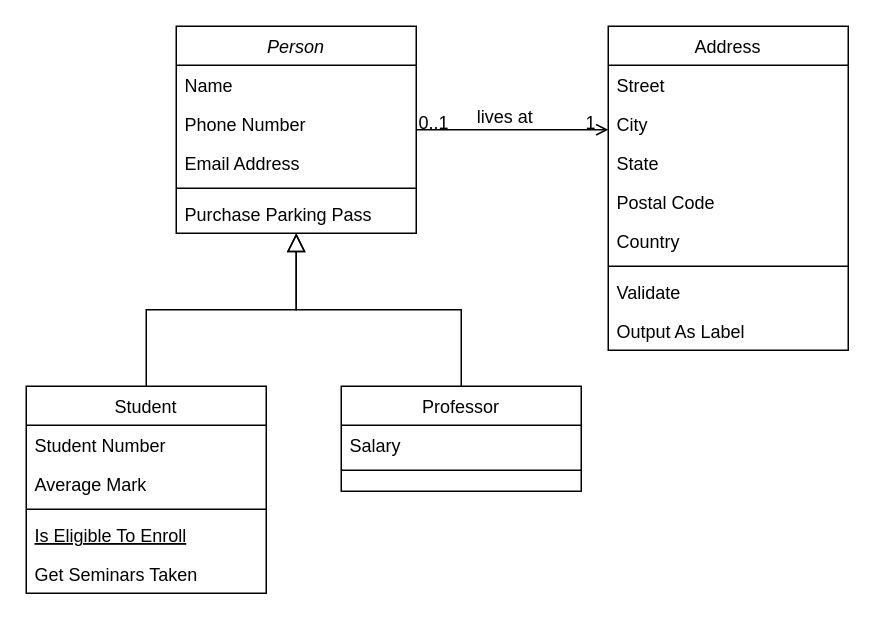
Before: Assets/plant disease.drawio in AvipsaMukhopadhyay/cropdiseasedetect-prev, a draw.io diagram. Source tidied: cells renumbered, new cells numbered last; positions are measured from the earlier drawing's top-left corner, leaving out a move shared by most shapes. Both pictures are drawn from the tidied source at 150%, with x=0, y=0 at pixel (26, 26).
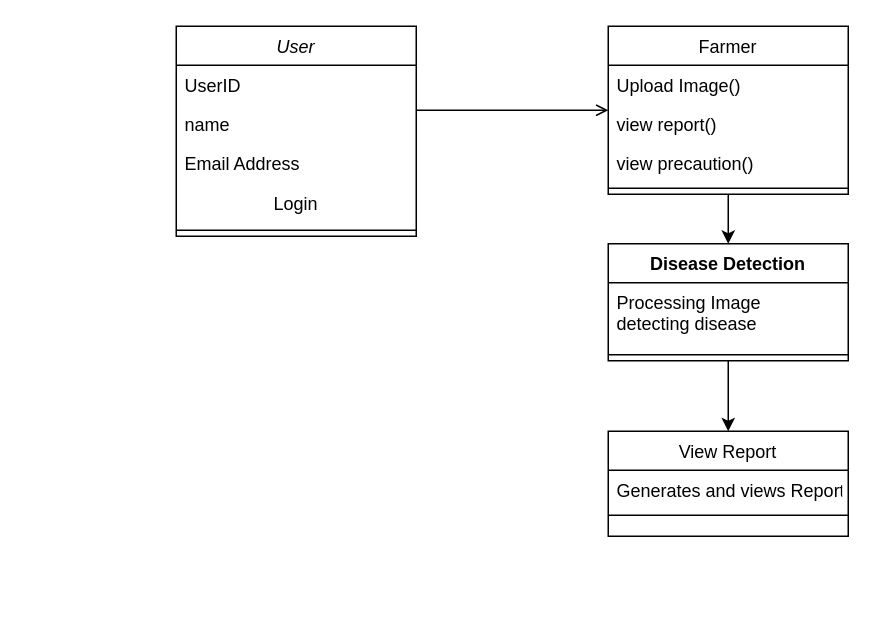
The same page after the edit.

Unchanged cells that the change refers to:
```xml
<mxCell id="28" style="endArrow=open;shadow=0;strokeWidth=1;rounded=0;curved=0;endFill=1;edgeStyle=elbowEdgeStyle;elbow=vertical;" parent="1" edge="1" source="2" target="19">
  <mxGeometry x="0.5" y="41" relative="1" as="geometry">
    <mxPoint x="-40" y="32" as="offset" />
  </mxGeometry>
</mxCell>
```

What changed in the source:
```diff
@@
-    <mxCell id="2" value="Person" style="swimlane;fontStyle=2;align=center;verticalAlign=top;horizontal=1;startSize=26;rounded=0;shadow=0;strokeWidth=1;" parent="1" vertex="1">
-      <mxGeometry x="100" width="160" height="138" as="geometry" />
+    <mxCell id="2" value="User" style="swimlane;fontStyle=2;align=center;verticalAlign=top;horizontal=1;startSize=26;rounded=0;shadow=0;strokeWidth=1;" parent="1" vertex="1">
+      <mxGeometry x="100" width="160" height="140" as="geometry" />
     </mxCell>
-    <mxCell id="3" value="Name" style="text;align=left;verticalAlign=top;spacingLeft=4;spacingRight=4;overflow=hidden;" parent="2" vertex="1">
+    <mxCell id="3" value="UserID" style="text;align=left;verticalAlign=top;spacingLeft=4;spacingRight=4;overflow=hidden;" parent="2" vertex="1">
       <mxGeometry y="26" width="160" height="26" as="geometry" />
     </mxCell>
-    <mxCell id="4" value="Phone Number" style="text;align=left;verticalAlign=top;spacingLeft=4;spacingRight=4;overflow=hidden;rounded=0;shadow=0;html=0;" parent="2" vertex="1">
+    <mxCell id="4" value="name" style="text;align=left;verticalAlign=top;spacingLeft=4;spacingRight=4;overflow=hidden;rounded=0;shadow=0;html=0;" parent="2" vertex="1">
       <mxGeometry y="52" width="160" height="26" as="geometry" />
     </mxCell>
@@
-    <mxCell id="6" style="line;html=1;strokeWidth=1;align=left;verticalAlign=middle;spacingTop=-1;spacingLeft=3;spacingRight=3;labelPosition=right;" parent="2" vertex="1">
-      <mxGeometry y="104" width="160" height="8" as="geometry" />
-    </mxCell>
-    <mxCell id="7" value="Purchase Parking Pass" style="text;align=left;verticalAlign=top;spacingLeft=4;spacingRight=4;overflow=hidden;" parent="2" vertex="1">
-      <mxGeometry y="112" width="160" height="26" as="geometry" />
-    </mxCell>
-    <mxCell id="8" value="Student" style="swimlane;fontStyle=0;align=center;verticalAlign=top;horizontal=1;startSize=26;rounded=0;shadow=0;strokeWidth=1;" parent="1" vertex="1">
-      <mxGeometry y="240" width="160" height="138" as="geometry" />
-    </mxCell>
-    <mxCell id="9" value="Student Number" style="text;align=left;verticalAlign=top;spacingLeft=4;spacingRight=4;overflow=hidden;" parent="8" vertex="1">
-      <mxGeometry y="26" width="160" height="26" as="geometry" />
-    </mxCell>
-    <mxCell id="10" value="Average Mark" style="text;align=left;verticalAlign=top;spacingLeft=4;spacingRight=4;overflow=hidden;rounded=0;shadow=0;html=0;" parent="8" vertex="1">
-      <mxGeometry y="52" width="160" height="26" as="geometry" />
-    </mxCell>
-    <mxCell id="11" style="line;html=1;strokeWidth=1;align=left;verticalAlign=middle;spacingTop=-1;spacingLeft=3;spacingRight=3;labelPosition=right;" parent="8" vertex="1">
-      <mxGeometry y="78" width="160" height="8" as="geometry" />
-    </mxCell>
-    <mxCell id="12" value="Is Eligible To Enroll" style="text;align=left;verticalAlign=top;spacingLeft=4;spacingRight=4;overflow=hidden;fontStyle=4;" parent="8" vertex="1">
-      <mxGeometry y="86" width="160" height="26" as="geometry" />
-    </mxCell>
-    <mxCell id="13" value="Get Seminars Taken" style="text;align=left;verticalAlign=top;spacingLeft=4;spacingRight=4;overflow=hidden;" parent="8" vertex="1">
-      <mxGeometry y="112" width="160" height="26" as="geometry" />
-    </mxCell>
-    <mxCell id="14" style="endArrow=block;endSize=10;endFill=0;shadow=0;strokeWidth=1;rounded=0;curved=0;edgeStyle=elbowEdgeStyle;elbow=vertical;" parent="1" edge="1" source="8" target="2">
-      <mxGeometry relative="1" as="geometry" />
-    </mxCell>
+    <mxCell id="32" value="Login" style="text;strokeColor=none;align=center;fillColor=none;html=1;verticalAlign=middle;whiteSpace=wrap;rounded=0;" parent="2" vertex="1">
+      <mxGeometry y="104" width="160" height="30" as="geometry" />
+    </mxCell>
-    <mxCell id="15" value="Professor" style="swimlane;fontStyle=0;align=center;verticalAlign=top;horizontal=1;startSize=26;rounded=0;shadow=0;strokeWidth=1;" parent="1" vertex="1">
-      <mxGeometry x="210" y="240" width="160" height="70" as="geometry" />
+    <mxCell id="15" value="View Report" style="swimlane;fontStyle=0;align=center;verticalAlign=top;horizontal=1;startSize=26;rounded=0;shadow=0;strokeWidth=1;" parent="1" vertex="1">
+      <mxGeometry x="388" y="270" width="160" height="70" as="geometry" />
     </mxCell>
-    <mxCell id="16" value="Salary" style="text;align=left;verticalAlign=top;spacingLeft=4;spacingRight=4;overflow=hidden;" parent="15" vertex="1">
+    <mxCell id="16" value="Generates and views Report" style="text;align=left;verticalAlign=top;spacingLeft=4;spacingRight=4;overflow=hidden;" parent="15" vertex="1">
       <mxGeometry y="26" width="160" height="26" as="geometry" />
     </mxCell>
@@
-    <mxCell id="18" style="endArrow=block;endSize=10;endFill=0;shadow=0;strokeWidth=1;rounded=0;curved=0;edgeStyle=elbowEdgeStyle;elbow=vertical;" parent="1" edge="1" source="15" target="2">
-      <mxGeometry relative="1" as="geometry" />
-    </mxCell>
+    <mxCell id="33" style="edgeStyle=orthogonalEdgeStyle;rounded=0;jettySize=auto;html=1;exitX=0.5;exitY=1;exitDx=0;exitDy=0;" parent="1" edge="1" source="19" target="35">
+      <mxGeometry relative="1" as="geometry" />
+    </mxCell>
-    <mxCell id="19" value="Address" style="swimlane;fontStyle=0;align=center;verticalAlign=top;horizontal=1;startSize=26;rounded=0;shadow=0;strokeWidth=1;" parent="1" vertex="1">
-      <mxGeometry x="388" width="160" height="216" as="geometry" />
+    <mxCell id="19" value="Farmer" style="swimlane;fontStyle=0;align=center;verticalAlign=top;horizontal=1;startSize=26;rounded=0;shadow=0;strokeWidth=1;" parent="1" vertex="1">
+      <mxGeometry x="388" width="160" height="112" as="geometry" />
     </mxCell>
-    <mxCell id="20" value="Street" style="text;align=left;verticalAlign=top;spacingLeft=4;spacingRight=4;overflow=hidden;" parent="19" vertex="1">
+    <mxCell id="20" value="Upload Image()" style="text;align=left;verticalAlign=top;spacingLeft=4;spacingRight=4;overflow=hidden;" parent="19" vertex="1">
       <mxGeometry y="26" width="160" height="26" as="geometry" />
     </mxCell>
-    <mxCell id="21" value="City" style="text;align=left;verticalAlign=top;spacingLeft=4;spacingRight=4;overflow=hidden;rounded=0;shadow=0;html=0;" parent="19" vertex="1">
+    <mxCell id="21" value="view report()" style="text;align=left;verticalAlign=top;spacingLeft=4;spacingRight=4;overflow=hidden;rounded=0;shadow=0;html=0;" parent="19" vertex="1">
       <mxGeometry y="52" width="160" height="26" as="geometry" />
     </mxCell>
-    <mxCell id="22" value="State" style="text;align=left;verticalAlign=top;spacingLeft=4;spacingRight=4;overflow=hidden;rounded=0;shadow=0;html=0;" parent="19" vertex="1">
+    <mxCell id="22" value="view precaution()" style="text;align=left;verticalAlign=top;spacingLeft=4;spacingRight=4;overflow=hidden;rounded=0;shadow=0;html=0;" parent="19" vertex="1">
       <mxGeometry y="78" width="160" height="26" as="geometry" />
     </mxCell>
-    <mxCell id="23" value="Postal Code" style="text;align=left;verticalAlign=top;spacingLeft=4;spacingRight=4;overflow=hidden;rounded=0;shadow=0;html=0;" parent="19" vertex="1">
-      <mxGeometry y="104" width="160" height="26" as="geometry" />
-    </mxCell>
-    <mxCell id="24" value="Country" style="text;align=left;verticalAlign=top;spacingLeft=4;spacingRight=4;overflow=hidden;rounded=0;shadow=0;html=0;" parent="19" vertex="1">
-      <mxGeometry y="130" width="160" height="26" as="geometry" />
-    </mxCell>
     <mxCell id="25" style="line;html=1;strokeWidth=1;align=left;verticalAlign=middle;spacingTop=-1;spacingLeft=3;spacingRight=3;labelPosition=right;" parent="19" vertex="1">
-      <mxGeometry y="156" width="160" height="8" as="geometry" />
+      <mxGeometry y="104" width="160" height="8" as="geometry" />
     </mxCell>
-    <mxCell id="26" value="Validate" style="text;align=left;verticalAlign=top;spacingLeft=4;spacingRight=4;overflow=hidden;" parent="19" vertex="1">
-      <mxGeometry y="164" width="160" height="26" as="geometry" />
-    </mxCell>
-    <mxCell id="27" value="Output As Label" style="text;align=left;verticalAlign=top;spacingLeft=4;spacingRight=4;overflow=hidden;" parent="19" vertex="1">
-      <mxGeometry y="190" width="160" height="26" as="geometry" />
-    </mxCell>
@@
-    <mxCell id="29" value="0..1" style="align=left;verticalAlign=bottom;labelBackgroundColor=none;fontSize=12;" parent="28" vertex="1">
-      <mxGeometry x="-1" relative="1" as="geometry">
-        <mxPoint y="4" as="offset" />
-      </mxGeometry>
-    </mxCell>
-    <mxCell id="30" value="1" style="align=right;verticalAlign=bottom;labelBackgroundColor=none;fontSize=12;" parent="28" vertex="1">
-      <mxGeometry x="1" relative="1" as="geometry">
-        <mxPoint x="-7" y="4" as="offset" />
-      </mxGeometry>
-    </mxCell>
-    <mxCell id="31" value="lives at" style="text;html=1;align=center;verticalAlign=middle;labelBackgroundColor=none;rounded=0;shadow=0;strokeWidth=1;fontSize=12;" parent="28" vertex="1">
-      <mxGeometry x="0.5" y="49" relative="1" as="geometry">
-        <mxPoint x="-38" y="40" as="offset" />
-      </mxGeometry>
-    </mxCell>
+    <mxCell id="6" style="line;html=1;strokeWidth=1;align=left;verticalAlign=middle;spacingTop=-1;spacingLeft=3;spacingRight=3;labelPosition=right;" parent="1" vertex="1">
+      <mxGeometry x="100" y="132" width="160" height="8" as="geometry" />
+    </mxCell>
+    <mxCell id="34" style="edgeStyle=orthogonalEdgeStyle;rounded=0;jettySize=auto;html=1;exitX=0.5;exitY=1;exitDx=0;exitDy=0;entryX=0.5;entryY=0;entryDx=0;entryDy=0;" parent="1" edge="1" source="35" target="15">
+      <mxGeometry relative="1" as="geometry" />
+    </mxCell>
+    <mxCell id="35" value="Disease Detection" style="swimlane;fontStyle=1;align=center;verticalAlign=top;horizontal=1;startSize=26;whiteSpace=wrap;html=1;" parent="1" vertex="1">
+      <mxGeometry x="388" y="145" width="160" height="78" as="geometry" />
+    </mxCell>
+    <mxCell id="36" value="Processing Image&lt;div&gt;detecting disease&lt;/div&gt;" style="text;strokeColor=none;fillColor=none;align=left;verticalAlign=top;spacingLeft=4;spacingRight=4;overflow=hidden;whiteSpace=wrap;html=1;" parent="35" vertex="1">
+      <mxGeometry y="26" width="160" height="44" as="geometry" />
+    </mxCell>
+    <mxCell id="37" style="line;strokeWidth=1;fillColor=none;align=left;verticalAlign=middle;spacingTop=-1;spacingLeft=3;spacingRight=3;labelPosition=right;strokeColor=inherit;" parent="35" vertex="1">
+      <mxGeometry y="70" width="160" height="8" as="geometry" />
+    </mxCell>
```
